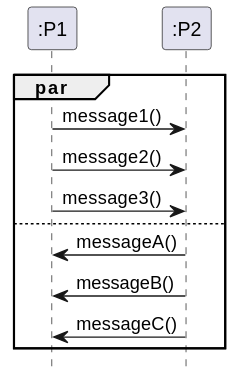
This is out/plant_uml/parOperatorExample/parOperatorExample.svg from gigl-uml/Guide_uml_polymtl, a PlantUML export, as it was before one commit.
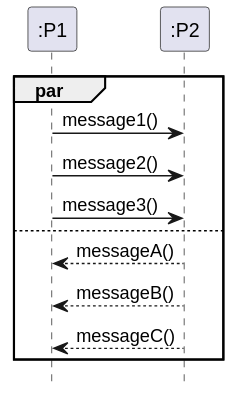
Above is the later version.

Change to the diagram source:
```diff
@@ -10,9 +10,8 @@
   P1 -> P2 : message2()
   P1 -> P2 : message3()
 else
-  P1 <- P2 : messageA()
-  P1 <- P2 : messageB()
-  P1 <- P2 : messageC()
+  P1 <-- P2 : messageA()
+  P1 <-- P2 : messageB()
+  P1 <-- P2 : messageC()
 end par
-
 @enduml
```
